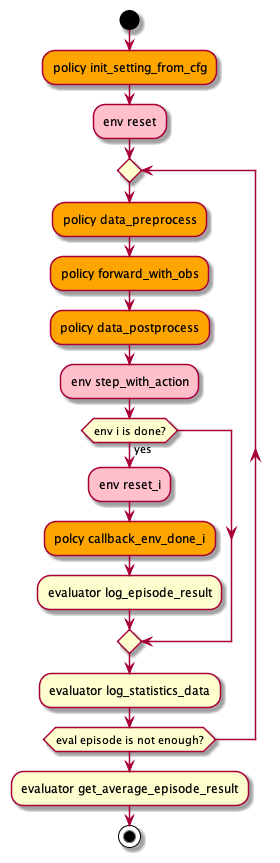
opendilab/DI-engine keeps this PlantUML diagram as nervex/design/serial_evaluator.png. Above is the earlier version.
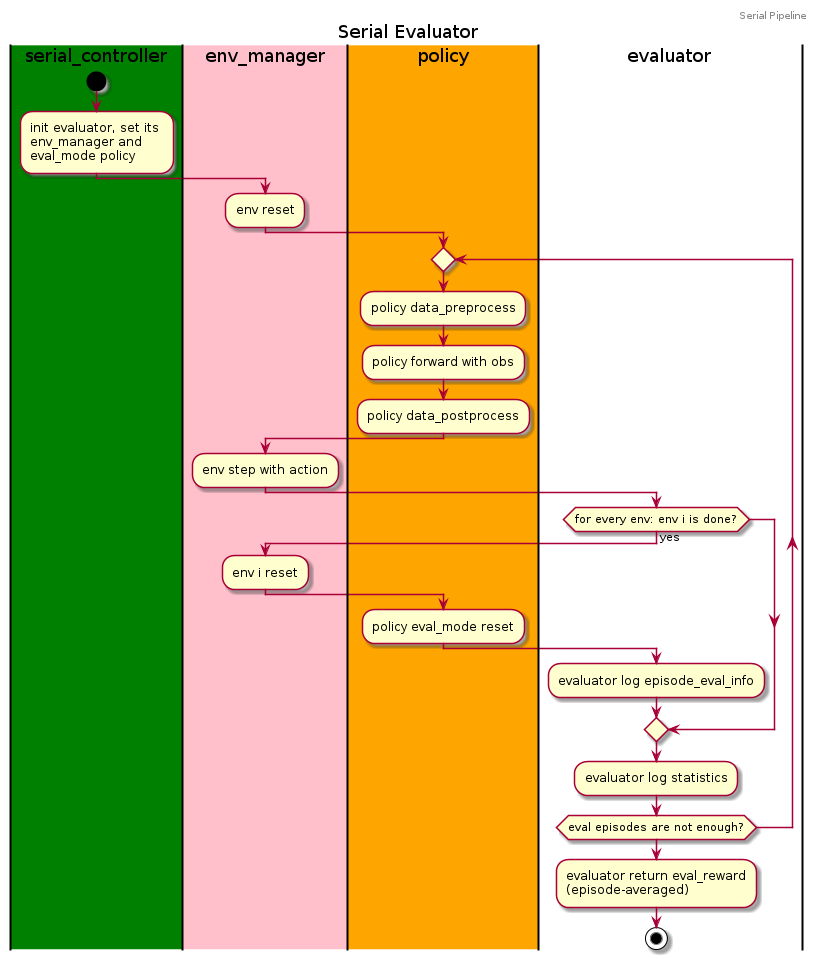
Later version of the same file.

Commit message:
modify serial design uml

What changed in the source:
```diff
@@ -1,19 +1,36 @@
 @startuml
+header Serial Pipeline
+title Serial Evaluator
+
+|#green|serial_controller|
+|#pink|env_manager|
+|#orange|policy|
+|evaluator|
+
+|#green|serial_controller|
 start
-#orange:policy init_setting_from_cfg;
-#pink:env reset;
+:init evaluator, set its \nenv_manager and \neval_mode policy;
+|#pink|env_manager|
+:env reset;
 repeat
-  #orange:policy data_preprocess;
-  #orange:policy forward_with_obs;
-  #orange:policy data_postprocess;
-  #pink:env step_with_action;
-  if (env i is done?) then (yes)
-    #pink:env reset_i;
-    #orange:polcy callback_env_done_i;
-    :evaluator log_episode_result;
+  |#orange|policy|
+  :policy data_preprocess;
+  :policy forward with obs;
+  :policy data_postprocess;
+  |#pink|env_manager|
+  :env step with action;
+  |evaluator|
+  if (for every env: env i is done?) then (yes)
+    |#pink|env_manager|
+    :env i reset;
+    |#orange|policy|
+    :policy eval_mode reset;
+    |evaluator|
+    :evaluator log episode_eval_info;
   endif
-  :evaluator log_statistics_data;
-repeat while (eval episode is not enough?)
-:evaluator get_average_episode_result;
+  :evaluator log statistics;
+repeat while (eval episodes are not enough?)
+|evaluator|
+:evaluator return eval_reward\n(episode-averaged);
 stop
 @enduml
```
